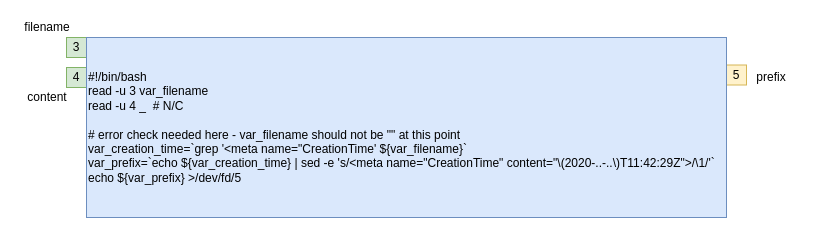
guitarvydas/scrivener-to-jekyll keeps this draw.io diagram as page "create-file-prefix" (3 of 7) of Implementation-Scrivener-to-Jekyll.drawio. Above is the earlier version. Source tidied: cells renumbered, new cells numbered last; positions are measured from the earlier drawing's top-left corner, leaving out a move shared by most shapes. Both pictures are drawn from the tidied source at 100%, with x=0, y=0 at pixel (17, 17).
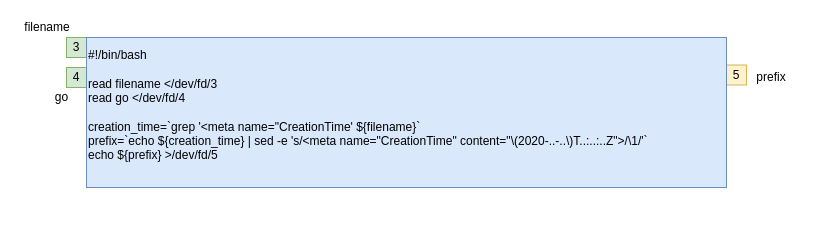
The same diagram, later.

Diff of the diagram source:
```diff
@@
 <mxGraphModel>
   <root>
     <mxCell id="0" />
     <mxCell id="1" parent="0" />
     <mxCell id="2" value="4" style="whiteSpace=wrap;html=1;fillColor=#d5e8d4;strokeColor=#82b366;" parent="1" vertex="1">
       <mxGeometry x="49" y="50" width="20" height="20" as="geometry" />
     </mxCell>
     <mxCell id="3" value="3" style="whiteSpace=wrap;html=1;fillColor=#d5e8d4;strokeColor=#82b366;" parent="1" vertex="1">
       <mxGeometry x="49" y="20" width="20" height="20" as="geometry" />
     </mxCell>
     <mxCell id="4" value="5" style="whiteSpace=wrap;html=1;fillColor=#fff2cc;strokeColor=#d6b656;" parent="1" vertex="1">
       <mxGeometry x="709" y="47.5" width="20" height="20" as="geometry" />
     </mxCell>
-    <mxCell id="5" value="content" style="text;html=1;strokeColor=none;fillColor=none;align=center;verticalAlign=middle;whiteSpace=wrap;rounded=0;" parent="1" vertex="1">
-      <mxGeometry y="70" width="60" height="20" as="geometry" />
+    <mxCell id="5" value="go" style="text;html=1;strokeColor=none;fillColor=none;align=center;verticalAlign=middle;whiteSpace=wrap;rounded=0;" parent="1" vertex="1">
+      <mxGeometry x="29" y="70" width="31" height="20" as="geometry" />
     </mxCell>
     <mxCell id="6" value="filename" style="text;html=1;strokeColor=none;fillColor=none;align=center;verticalAlign=middle;whiteSpace=wrap;rounded=0;" parent="1" vertex="1">
       <mxGeometry width="59.8" height="20" as="geometry" />
     </mxCell>
     <mxCell id="7" value="prefix" style="text;html=1;strokeColor=none;fillColor=none;align=center;verticalAlign=middle;whiteSpace=wrap;rounded=0;" parent="1" vertex="1">
       <mxGeometry x="729" y="50" width="49.8" height="20" as="geometry" />
     </mxCell>
-    <mxCell id="8" value="&lt;div&gt;#!/bin/bash&lt;/div&gt;&lt;div&gt;read -u 3 var_filename&lt;/div&gt;&lt;div&gt;read -u 4 _&amp;nbsp; # N/C&lt;/div&gt;&lt;div&gt;&lt;br&gt;&lt;/div&gt;&lt;div&gt;# error check needed here - var_filename should not be &quot;&quot; at this point&lt;/div&gt;&lt;div&gt;var_creation_time=`grep '&amp;lt;meta name=&quot;CreationTime' ${var_filename}`&lt;/div&gt;&lt;div&gt;var_prefix=`echo ${var_creation_time} | &lt;span&gt;sed -e 's/&amp;lt;meta name=&quot;CreationTime&quot; content=&quot;\(2020-..-..\)T11:42:29Z&quot;&amp;gt;/\1/'`&lt;/span&gt;&lt;/div&gt;&lt;div&gt;echo ${var_prefix} &amp;gt;/dev/fd/5&lt;/div&gt;" style="rounded=0;whiteSpace=wrap;html=1;align=left;fillColor=#dae8fc;strokeColor=#6c8ebf;" parent="1" vertex="1">
-      <mxGeometry x="69" y="20" width="640" height="180" as="geometry" />
+    <mxCell id="8" value="&lt;div&gt;&lt;br&gt;&lt;/div&gt;&lt;div&gt;#!/bin/bash&lt;/div&gt;&lt;div&gt;&lt;br&gt;&lt;/div&gt;&lt;div&gt;read filename &amp;lt;/dev/fd/3&lt;/div&gt;&lt;div&gt;read go &amp;lt;/dev/fd/4&lt;/div&gt;&lt;div&gt;&lt;br&gt;&lt;/div&gt;&lt;div&gt;&lt;span&gt;creation_time=`grep '&amp;lt;meta name=&quot;CreationTime' ${filename}`&lt;/span&gt;&lt;br&gt;&lt;/div&gt;&lt;div&gt;prefix=`echo ${creation_time} | sed -e 's/&amp;lt;meta name=&quot;CreationTime&quot; content=&quot;\(2020-..-..\)T..:..:..Z&quot;&amp;gt;/\1/'`&lt;/div&gt;&lt;div&gt;echo ${prefix} &amp;gt;/dev/fd/5&lt;/div&gt;&lt;div&gt;&lt;br&gt;&lt;br&gt;&lt;/div&gt;" style="rounded=0;whiteSpace=wrap;html=1;align=left;fillColor=#dae8fc;strokeColor=#6c8ebf;" parent="1" vertex="1">
+      <mxGeometry x="69" y="20" width="640" height="150" as="geometry" />
     </mxCell>
   </root>
 </mxGraphModel>
```
